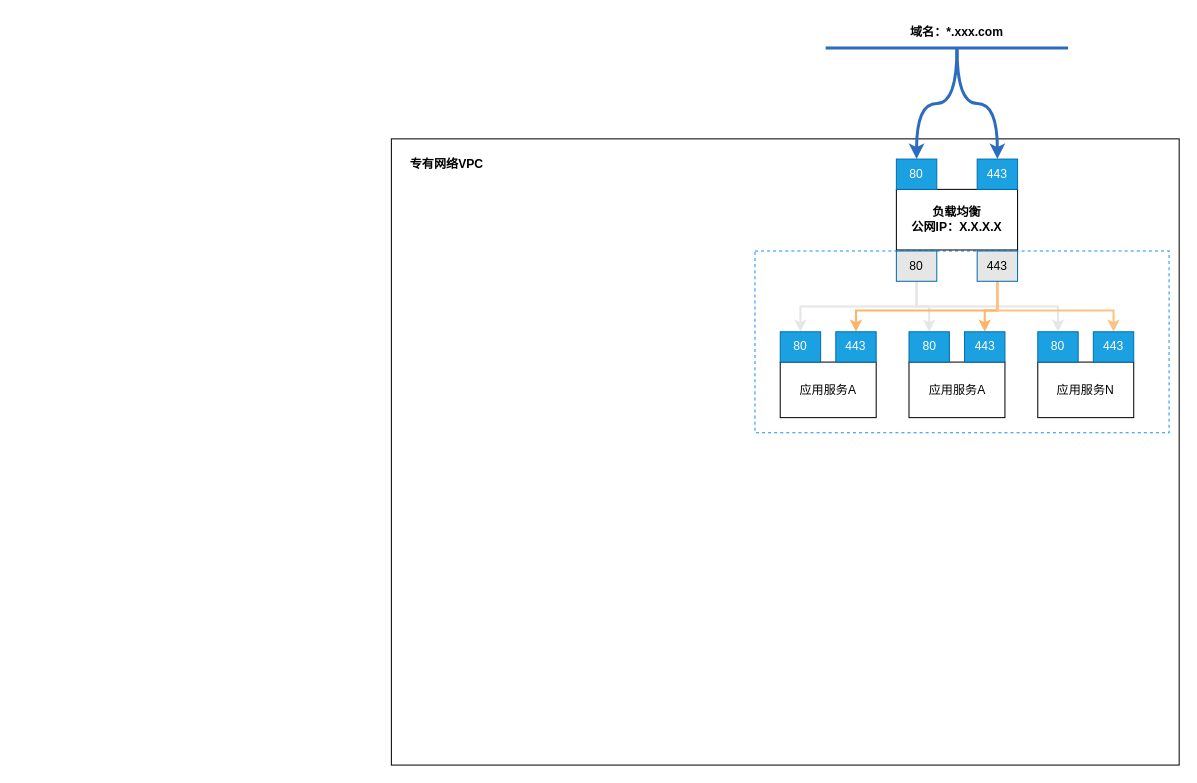
Before: 汽车公司网络拓扑图-new.drawio in ammengke/my-drawio, a draw.io diagram. Source tidied: cells renumbered, new cells numbered last; positions are measured from the earlier drawing's top-left corner, leaving out a move shared by most shapes. Both pictures are drawn from the tidied source at 101%, with x=0, y=0 at pixel (391, 17). Pictures stored in the file or linked from it are replaced by grey dashed boxes.
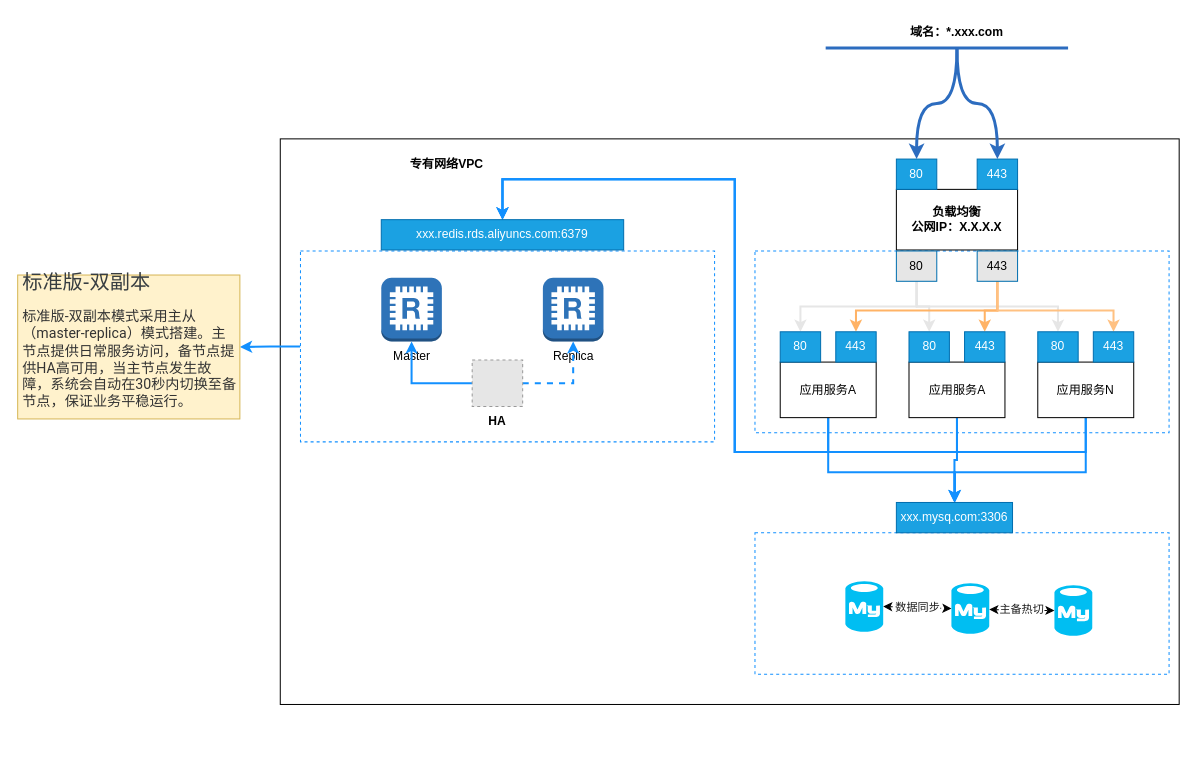
Above is the later version.

Commit message (it also covers changes not shown here):
Update 汽车公司网络拓扑图-new.drawio

The change refers to these unchanged cells:
```xml
<mxCell id="11" value="应用服务A" style="rounded=0;whiteSpace=wrap;html=1;" parent="1" vertex="1">
  <mxGeometry x="385" y="341" width="95" height="55" as="geometry" />
</mxCell>
<mxCell id="24" value="应用服务A" style="rounded=0;whiteSpace=wrap;html=1;" parent="1" vertex="1">
  <mxGeometry x="512.5" y="341" width="95" height="55" as="geometry" />
</mxCell>
<mxCell id="25" value="应用服务N" style="rounded=0;whiteSpace=wrap;html=1;" parent="1" vertex="1">
  <mxGeometry x="640" y="341" width="95" height="55" as="geometry" />
</mxCell>
```

Diff of the diagram source:
```diff
@@
     <mxCell id="4" style="rounded=0;whiteSpace=wrap;html=1;" parent="1" vertex="1">
-      <mxGeometry y="120" width="780" height="620" as="geometry" />
+      <mxGeometry x="-110" y="120" width="890" height="560" as="geometry" />
     </mxCell>
@@
+    <mxCell id="31" style="rounded=0;jettySize=auto;elbow=vertical;html=1;fontColor=#000000;strokeColor=#1290FF;strokeWidth=2;edgeStyle=orthogonalEdgeStyle;exitX=0.5;exitY=1;exitDx=0;exitDy=0;" parent="1" edge="1" source="11" target="39">
+      <mxGeometry relative="1" as="geometry">
+        <Array as="points">
+          <mxPoint x="433" y="430" />
+          <mxPoint x="340" y="430" />
+          <mxPoint x="340" y="160" />
+          <mxPoint x="110" y="160" />
+        </Array>
+      </mxGeometry>
+    </mxCell>
+    <mxCell id="32" style="edgeStyle=orthogonalEdgeStyle;rounded=0;jettySize=auto;html=1;fontSize=20;fontColor=#000000;strokeColor=#1290FF;strokeWidth=2;elbow=vertical;" parent="1" edge="1" source="11" target="53">
+      <mxGeometry relative="1" as="geometry">
+        <Array as="points">
+          <mxPoint x="433" y="450" />
+          <mxPoint x="558" y="450" />
+        </Array>
+      </mxGeometry>
+    </mxCell>
@@
+    <mxCell id="33" style="edgeStyle=orthogonalEdgeStyle;rounded=0;jettySize=auto;html=1;entryX=0.5;entryY=0;entryDx=0;entryDy=0;fontColor=#000000;strokeColor=#1290FF;strokeWidth=2;elbow=vertical;" parent="1" edge="1" source="24" target="39">
+      <mxGeometry relative="1" as="geometry">
+        <Array as="points">
+          <mxPoint x="560" y="430" />
+          <mxPoint x="340" y="430" />
+          <mxPoint x="340" y="160" />
+          <mxPoint x="110" y="160" />
+        </Array>
+      </mxGeometry>
+    </mxCell>
+    <mxCell id="34" style="edgeStyle=orthogonalEdgeStyle;rounded=0;jettySize=auto;html=1;entryX=0.5;entryY=0;entryDx=0;entryDy=0;fontSize=20;fontColor=#000000;strokeColor=#1290FF;strokeWidth=2;elbow=vertical;" parent="1" edge="1" source="24" target="53">
+      <mxGeometry relative="1" as="geometry" />
+    </mxCell>
@@
+    <mxCell id="35" style="edgeStyle=orthogonalEdgeStyle;rounded=0;jettySize=auto;html=1;entryX=0.5;entryY=0;entryDx=0;entryDy=0;fontColor=#000000;strokeColor=#1290FF;strokeWidth=2;elbow=vertical;" parent="1" edge="1" source="25" target="39">
+      <mxGeometry relative="1" as="geometry">
+        <Array as="points">
+          <mxPoint x="688" y="430" />
+          <mxPoint x="340" y="430" />
+          <mxPoint x="340" y="160" />
+          <mxPoint x="110" y="160" />
+        </Array>
+      </mxGeometry>
+    </mxCell>
+    <mxCell id="36" style="edgeStyle=orthogonalEdgeStyle;rounded=0;jettySize=auto;html=1;entryX=0.5;entryY=0;entryDx=0;entryDy=0;fontSize=20;fontColor=#000000;strokeColor=#1290FF;strokeWidth=2;elbow=vertical;" parent="1" edge="1" source="25" target="53">
+      <mxGeometry relative="1" as="geometry">
+        <Array as="points">
+          <mxPoint x="688" y="450" />
+          <mxPoint x="558" y="450" />
+        </Array>
+      </mxGeometry>
+    </mxCell>
@@
+    <mxCell id="37" style="edgeStyle=orthogonalEdgeStyle;rounded=0;jettySize=auto;html=1;fontSize=20;fontColor=#000000;strokeColor=#1290FF;strokeWidth=2;elbow=vertical;" parent="1" edge="1" source="38" target="47">
+      <mxGeometry relative="1" as="geometry" />
+    </mxCell>
+    <mxCell id="38" style="rounded=0;whiteSpace=wrap;html=1;dashed=1;strokeColor=#1290FF;" parent="1" vertex="1">
+      <mxGeometry x="-90" y="231" width="410" height="189" as="geometry" />
+    </mxCell>
+    <mxCell id="39" value="xxx.redis.rds.aliyuncs.com:6379" style="text;html=1;strokeColor=#006EAF;fillColor=#1ba1e2;align=center;verticalAlign=middle;whiteSpace=wrap;rounded=0;fontColor=#ffffff;" parent="1" vertex="1">
+      <mxGeometry x="-10" y="200" width="240" height="30" as="geometry" />
+    </mxCell>
+    <mxCell id="40" value="Master" style="outlineConnect=0;dashed=0;verticalLabelPosition=bottom;verticalAlign=top;align=center;html=1;shape=mxgraph.aws3.redis;fillColor=#2E73B8;gradientColor=none;fontColor=#000000;strokeColor=#1290FF;" parent="1" vertex="1">
+      <mxGeometry x="-10" y="257.5" width="60" height="63" as="geometry" />
+    </mxCell>
+    <mxCell id="41" value="Replica" style="outlineConnect=0;dashed=0;verticalLabelPosition=bottom;verticalAlign=top;align=center;html=1;shape=mxgraph.aws3.redis;fillColor=#2E73B8;gradientColor=none;fontColor=#000000;strokeColor=#1290FF;" parent="1" vertex="1">
+      <mxGeometry x="150" y="257.5" width="60" height="63" as="geometry" />
+    </mxCell>
+    <mxCell id="42" style="rounded=0;whiteSpace=wrap;html=1;dashed=1;strokeColor=#1290FF;" parent="1" vertex="1">
+      <mxGeometry x="360" y="510" width="410" height="140" as="geometry" />
+    </mxCell>
+    <mxCell id="43" style="edgeStyle=orthogonalEdgeStyle;rounded=0;jettySize=auto;html=1;fontColor=#000000;strokeColor=#1290FF;strokeWidth=2;elbow=vertical;" parent="1" edge="1" source="45" target="40">
+      <mxGeometry relative="1" as="geometry" />
+    </mxCell>
+    <mxCell id="44" style="edgeStyle=orthogonalEdgeStyle;rounded=0;jettySize=auto;html=1;fontColor=#000000;strokeColor=#1290FF;strokeWidth=2;elbow=vertical;dashed=1;" parent="1" edge="1" source="45" target="41">
+      <mxGeometry relative="1" as="geometry" />
+    </mxCell>
+    <mxCell id="45" style="fillColor=#E6E6E6;strokeColor=#999999;dashed=1;verticalLabelPosition=bottom;labelBackgroundColor=default;verticalAlign=top;" parent="1" vertex="1">
+      <mxGeometry x="80" y="339" width="50" height="46" as="geometry" />
+    </mxCell>
+    <mxCell id="46" value="HA" style="text;html=1;strokeColor=none;fillColor=none;align=center;verticalAlign=middle;whiteSpace=wrap;rounded=0;dashed=1;fontColor=#000000;fontStyle=1;" parent="1" vertex="1">
+      <mxGeometry x="75" y="385" width="60" height="30" as="geometry" />
+    </mxCell>
+    <mxCell id="47" value="&lt;h1 style=&quot;padding: 0px ; margin: 0px 0px 10px ; box-sizing: border-box ; font-weight: 500 ; line-height: 1.3 ; color: rgb(55 , 61 , 65) ; word-break: break-word&quot;&gt;&lt;font style=&quot;font-size: 20px&quot;&gt;标准版-双副本&lt;/font&gt;&lt;/h1&gt;&lt;p&gt;&lt;span style=&quot;color: rgb(51 , 51 , 51) ; font-family: &amp;#34;roboto&amp;#34; , &amp;#34;helvetica&amp;#34; , &amp;#34;tahoma&amp;#34; , &amp;#34;arial&amp;#34; , &amp;#34;hiragino sans gb&amp;#34; , &amp;#34;microsoft yahei&amp;#34; , &amp;#34;simsun&amp;#34; , sans-serif ; font-size: 14px&quot;&gt;标准版-双副本模式采用主从（master-replica）模式搭建。主节点提供日常服务访问，备节点提供HA高可用，当主节点发生故障，系统会自动在30秒内切换至备节点，保证业务平稳运行。&lt;/span&gt;&lt;br&gt;&lt;/p&gt;" style="text;html=1;strokeColor=#d6b656;fillColor=#fff2cc;spacing=5;spacingTop=-20;whiteSpace=wrap;overflow=hidden;rounded=0;" parent="1" vertex="1">
+      <mxGeometry x="-370" y="254.8" width="220" height="142.5" as="geometry" />
+    </mxCell>
+    <mxCell id="48" style="verticalLabelPosition=bottom;html=1;verticalAlign=top;align=center;strokeColor=none;fillColor=#00BEF2;shape=mxgraph.azure.mysql_database;dashed=1;fontColor=#1C1C1C;" parent="1" vertex="1">
+      <mxGeometry x="449.5" y="558" width="37.5" height="50" as="geometry" />
+    </mxCell>
+    <mxCell id="49" style="verticalLabelPosition=bottom;html=1;verticalAlign=top;align=center;strokeColor=none;fillColor=#00BEF2;shape=mxgraph.azure.mysql_database;dashed=1;fontColor=#1C1C1C;" parent="1" vertex="1">
+      <mxGeometry x="554.5" y="560" width="37.5" height="50" as="geometry" />
+    </mxCell>
+    <mxCell id="50" style="verticalLabelPosition=bottom;html=1;verticalAlign=top;align=center;strokeColor=none;fillColor=#00BEF2;shape=mxgraph.azure.mysql_database;dashed=1;fontColor=#1C1C1C;" parent="1" vertex="1">
+      <mxGeometry x="656.5" y="562" width="37.5" height="50" as="geometry" />
+    </mxCell>
+    <mxCell id="51" value="数据同步" style="endArrow=classic;startArrow=classic;html=1;rounded=0;dashed=1;fontColor=#1C1C1C;strokeWidth=1;exitX=1;exitY=0.5;exitDx=0;exitDy=0;exitPerimeter=0;entryX=0;entryY=0.5;entryDx=0;entryDy=0;entryPerimeter=0;" parent="1" edge="1" source="48" target="49">
+      <mxGeometry relative="1" as="geometry" />
+    </mxCell>
+    <mxCell id="52" value="主备热切" style="endArrow=classic;startArrow=classic;html=1;rounded=0;dashed=1;fontColor=#1C1C1C;strokeWidth=1;exitX=1;exitY=0.5;exitDx=0;exitDy=0;exitPerimeter=0;entryX=0;entryY=0.5;entryDx=0;entryDy=0;entryPerimeter=0;" parent="1" edge="1" target="50">
+      <mxGeometry relative="1" as="geometry">
+        <mxPoint x="592" y="586" as="sourcePoint" />
+      </mxGeometry>
+    </mxCell>
+    <mxCell id="53" value="xxx.mysq.com:3306" style="text;html=1;strokeColor=#006EAF;fillColor=#1ba1e2;align=center;verticalAlign=middle;whiteSpace=wrap;rounded=0;fontColor=#ffffff;" parent="1" vertex="1">
+      <mxGeometry x="500" y="480" width="115" height="30" as="geometry" />
+    </mxCell>
```
